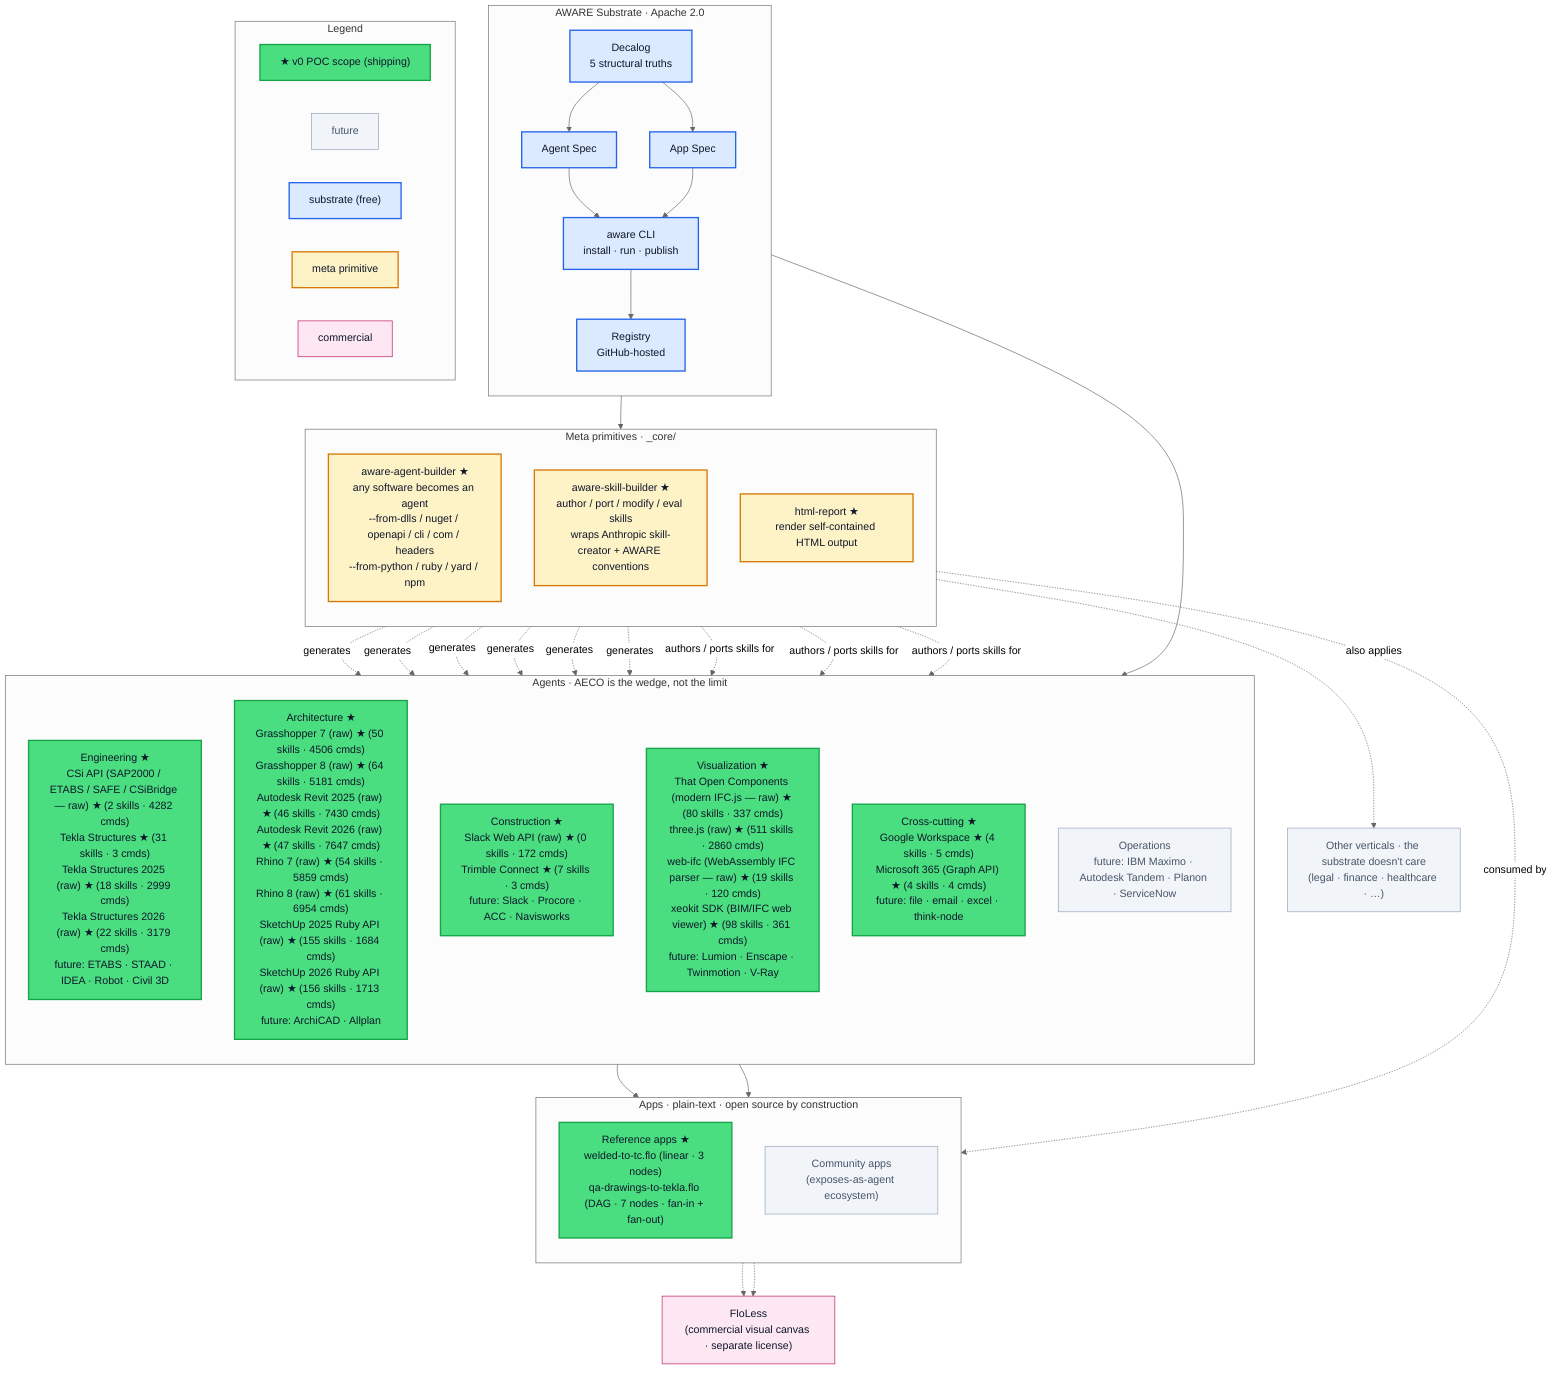
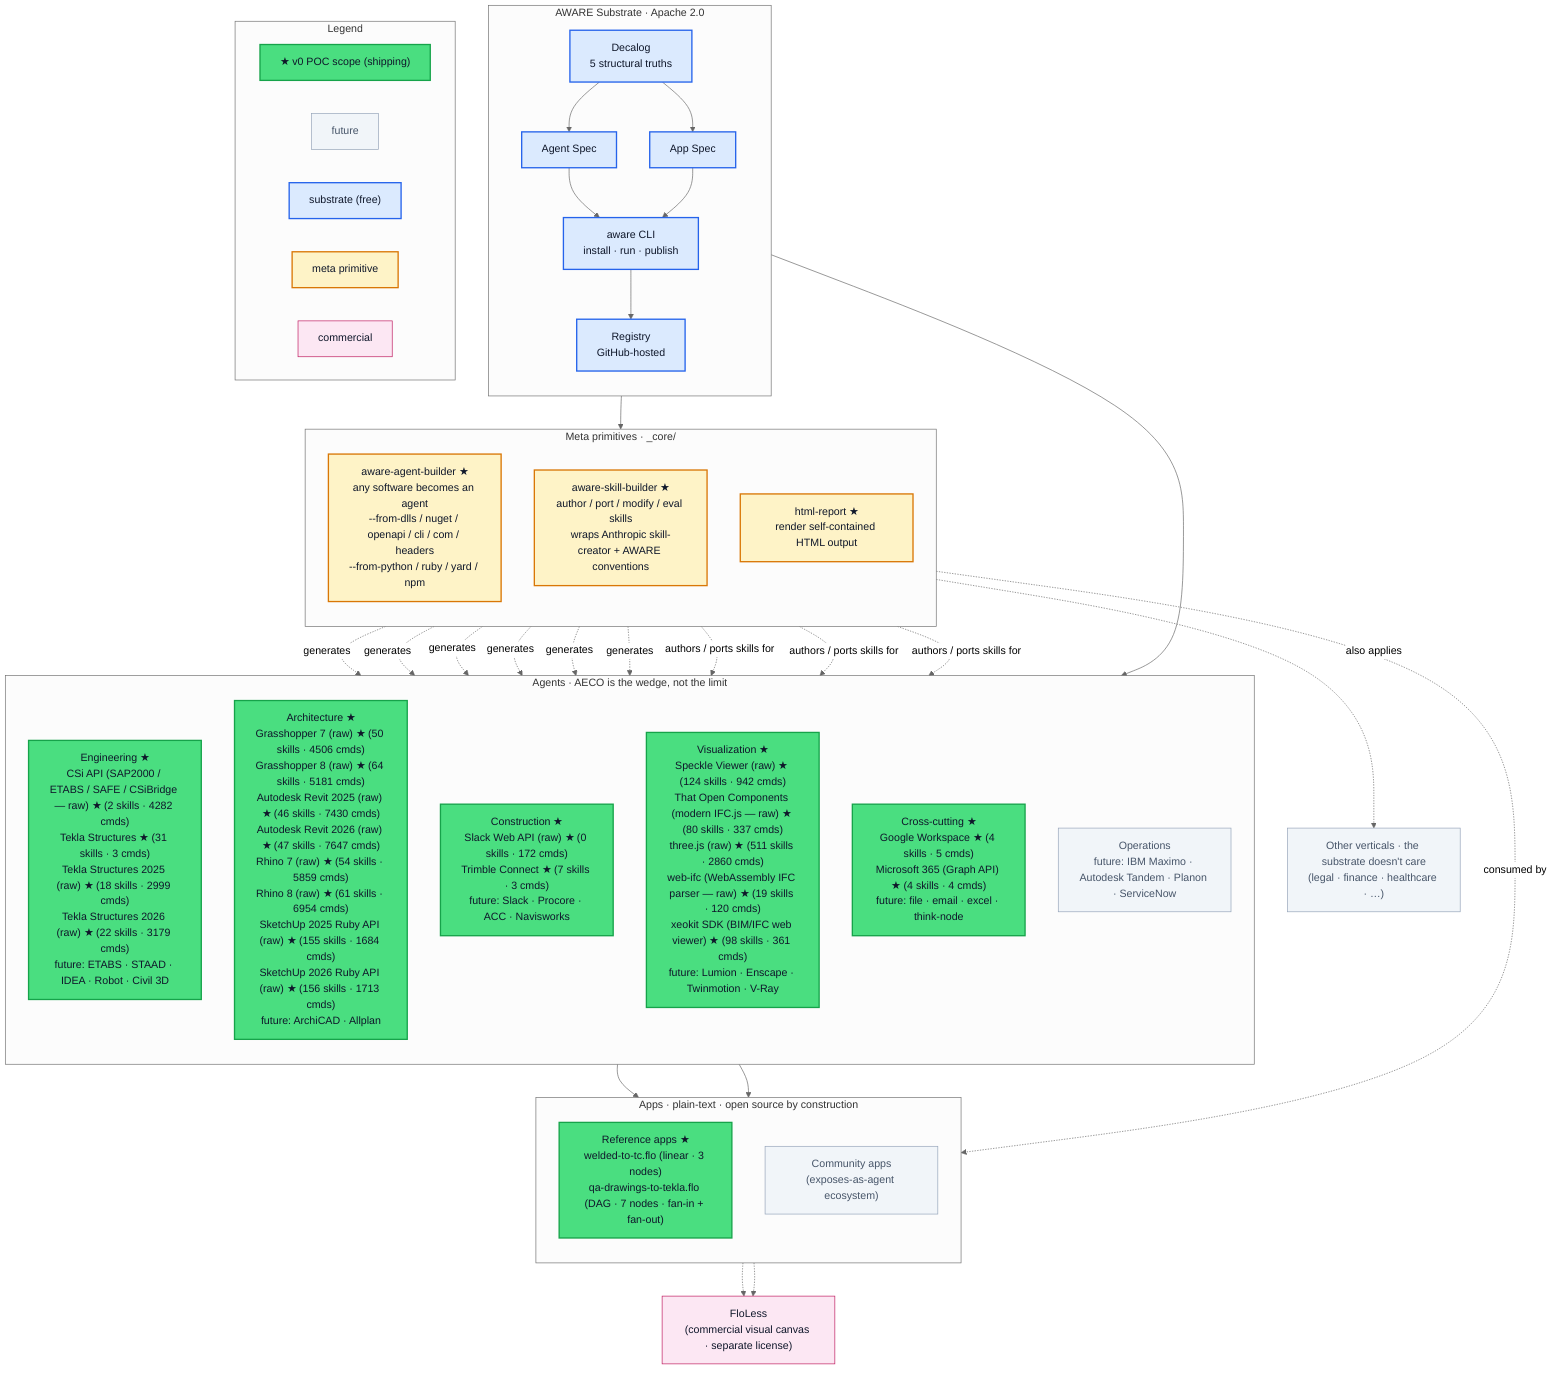
%%{init: {'theme':'neutral'}}%%
graph TB

  %% =========================================================
  %% Style classes
  %% =========================================================
  classDef poc        fill:#4ade80,stroke:#16a34a,color:#0f172a,stroke-width:2px
  classDef future     fill:#f1f5f9,stroke:#94a3b8,color:#475569
  classDef substrate  fill:#dbeafe,stroke:#2563eb,color:#0f172a,stroke-width:2px
  classDef meta       fill:#fef3c7,stroke:#d97706,color:#0f172a,stroke-width:2px
  classDef app        fill:#e0e7ff,stroke:#6366f1,color:#0f172a
  classDef commercial fill:#fce7f3,stroke:#be185d,color:#0f172a

  %% =========================================================
  %% Substrate · Apache 2.0
  %% =========================================================
  subgraph SUB["AWARE Substrate · Apache 2.0"]
    direction TB
    Decalog["Decalog<br/>5 structural truths"]:::substrate
    AgentSpec["Agent Spec"]:::substrate
    AppSpec["App Spec"]:::substrate
    CLI["aware CLI<br/>install · run · publish"]:::substrate
    Registry["Registry<br/>GitHub-hosted"]:::substrate

    Decalog --> AgentSpec
    Decalog --> AppSpec
    AgentSpec --> CLI
    AppSpec --> CLI
    CLI --> Registry
  end

  %% =========================================================
  %% Meta primitives — under _core/
  %% =========================================================
  subgraph META["Meta primitives · _core/"]
    direction TB
    Builder["aware-agent-builder ★<br/>any software becomes an agent<br/>--from-dlls / nuget / openapi / cli / com / headers<br/>--from-python / ruby / yard / npm"]:::meta
    SkillBuilder["aware-skill-builder ★<br/>author / port / modify / eval skills<br/>wraps Anthropic skill-creator + AWARE conventions"]:::meta
    HtmlReport["html-report ★<br/>render self-contained HTML output"]:::meta
  end

  %% =========================================================
  %% Agents · AECO (the wedge)
  %% =========================================================
  subgraph AGENTS["Agents · AECO is the wedge, not the limit"]
    direction TB

    %% AWARE-AUTOGEN-AGENTS-BEGIN (regenerated by `aware diagram regenerate --in-place 40-diagrams/aware-master.mmd`)
    Eng["Engineering ★<br/>CSi API (SAP2000 / ETABS / SAFE / CSiBridge — raw) ★ (2 skills · 4282 cmds)<br/>Tekla Structures ★ (31 skills · 3 cmds)<br/>Tekla Structures 2025 (raw) ★ (18 skills · 2999 cmds)<br/>Tekla Structures 2026 (raw) ★ (22 skills · 3179 cmds)<br/>future: ETABS · STAAD · IDEA · Robot · Civil 3D"]:::poc
    Arch["Architecture ★<br/>Grasshopper 7 (raw) ★ (50 skills · 4506 cmds)<br/>Grasshopper 8 (raw) ★ (64 skills · 5181 cmds)<br/>Autodesk Revit 2025 (raw) ★ (46 skills · 7430 cmds)<br/>Autodesk Revit 2026 (raw) ★ (47 skills · 7647 cmds)<br/>Rhino 7 (raw) ★ (54 skills · 5859 cmds)<br/>Rhino 8 (raw) ★ (61 skills · 6954 cmds)<br/>SketchUp 2025 Ruby API (raw) ★ (155 skills · 1684 cmds)<br/>SketchUp 2026 Ruby API (raw) ★ (156 skills · 1713 cmds)<br/>future: ArchiCAD · Allplan"]:::poc
    Cons["Construction ★<br/>Slack Web API (raw) ★ (0 skills · 172 cmds)<br/>Trimble Connect ★ (7 skills · 3 cmds)<br/>future: Slack · Procore · ACC · Navisworks"]:::poc
-     Viz["Visualization ★<br/>That Open Components (modern IFC.js — raw) ★ (80 skills · 337 cmds)<br/>three.js (raw) ★ (511 skills · 2860 cmds)<br/>web-ifc (WebAssembly IFC parser — raw) ★ (19 skills · 120 cmds)<br/>xeokit SDK (BIM/IFC web viewer) ★ (98 skills · 361 cmds)<br/>future: Lumion · Enscape · Twinmotion · V-Ray"]:::poc
+     Viz["Visualization ★<br/>Speckle Viewer (raw) ★ (124 skills · 942 cmds)<br/>That Open Components (modern IFC.js — raw) ★ (80 skills · 337 cmds)<br/>three.js (raw) ★ (511 skills · 2860 cmds)<br/>web-ifc (WebAssembly IFC parser — raw) ★ (19 skills · 120 cmds)<br/>xeokit SDK (BIM/IFC web viewer) ★ (98 skills · 361 cmds)<br/>future: Lumion · Enscape · Twinmotion · V-Ray"]:::poc
    Cross["Cross-cutting ★<br/>Google Workspace ★ (4 skills · 5 cmds)<br/>Microsoft 365 (Graph API) ★ (4 skills · 4 cmds)<br/>future: file · email · excel · think-node"]:::poc
    Ops["Operations<br/>future: IBM Maximo · Autodesk Tandem · Planon · ServiceNow"]:::future
%% AWARE-AUTOGEN-AGENTS-END
  end

  Other["Other verticals · the substrate doesn't care<br/>(legal · finance · healthcare · …)"]:::future

  %% =========================================================
  %% Apps · plain-text compositions
  %% =========================================================
  subgraph APPS["Apps · plain-text · open source by construction"]
    direction TB
    Refs["Reference apps ★<br/>welded-to-tc.flo (linear · 3 nodes)<br/>qa-drawings-to-tekla.flo (DAG · 7 nodes · fan-in + fan-out)"]:::poc
    Community["Community apps<br/>(exposes-as-agent ecosystem)"]:::future
  end

  %% =========================================================
  %% Commercial layer
  %% =========================================================
  FloLess["FloLess<br/>(commercial visual canvas · separate license)"]:::commercial

  %% =========================================================
  %% Wiring
  %% =========================================================
  Registry --> META
  Registry --> AGENTS

  Builder -. generates .-> Eng
  Builder -. generates .-> Cons
  Builder -. generates .-> Cross
  Builder -. generates .-> Arch
  Builder -. generates .-> Viz
  Builder -. generates .-> Ops
  Builder -. also applies .-> Other

  SkillBuilder -. authors / ports skills for .-> Eng
  SkillBuilder -. authors / ports skills for .-> Cons
  SkillBuilder -. authors / ports skills for .-> Cross

  AGENTS --> Refs
  AGENTS --> Community
  HtmlReport -. consumed by .-> Refs

  Refs -.-> FloLess
  Community -.-> FloLess

  %% =========================================================
  %% Legend
  %% =========================================================
  subgraph LEGEND["Legend"]
    direction LR
    LegPoc["★ v0 POC scope (shipping)"]:::poc
    LegFut["future"]:::future
    LegSub["substrate (free)"]:::substrate
    LegMeta["meta primitive"]:::meta
    LegComm["commercial"]:::commercial
  end
